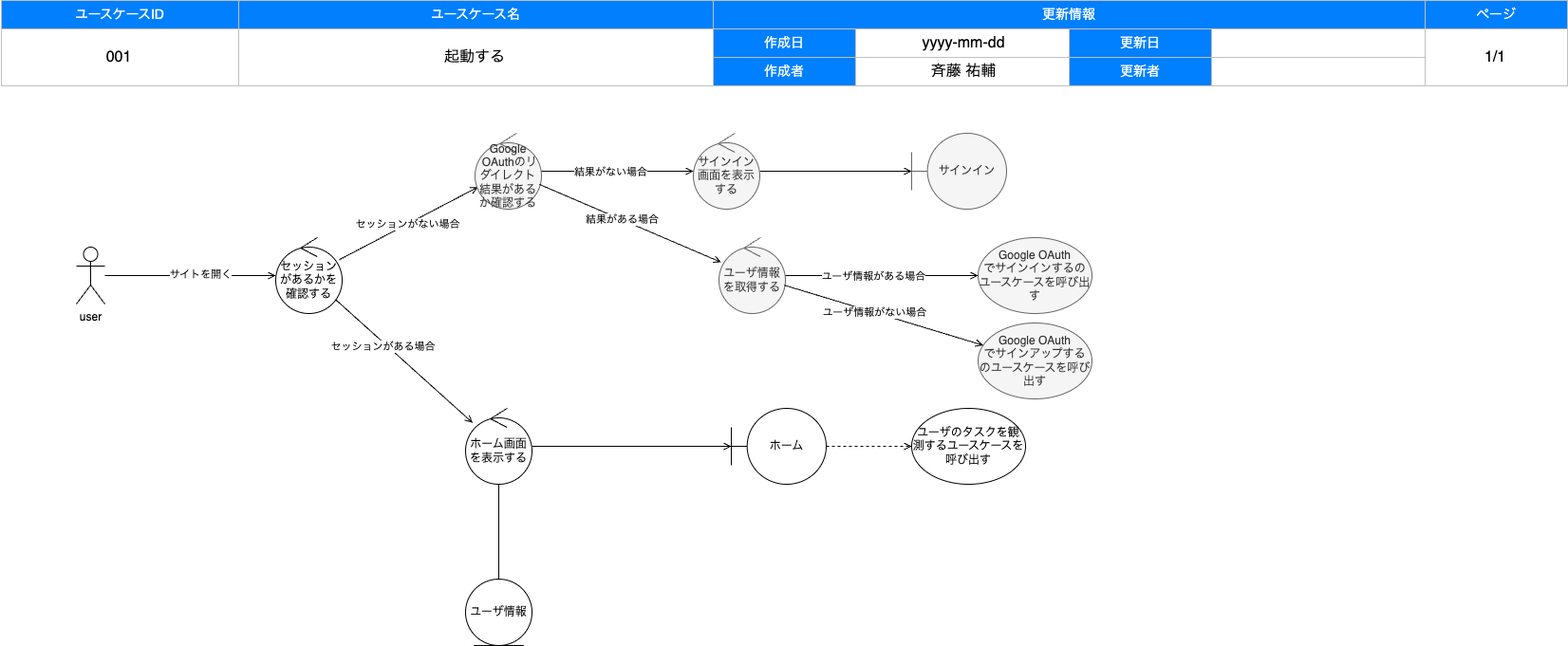
Above: documents/nobody/001_boot.drawio.png in uskithub/CABoilerplate (draw.io), before the change. Source tidied: cells renumbered, new cells last; positions are measured from the earlier drawing's top-left corner, leaving out a move shared by most shapes.
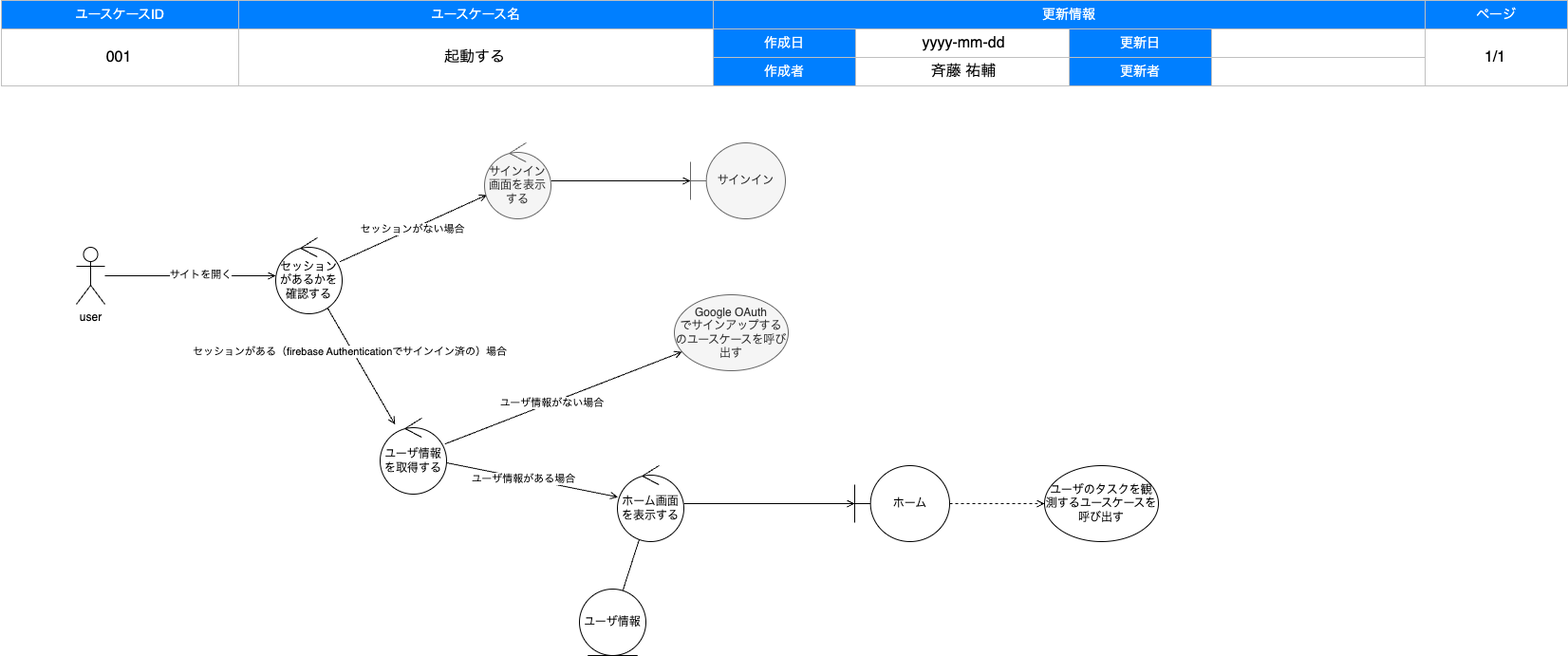
The same file after the commit.

The edit, as a diff of the source:
```diff
@@ -67,15 +67,15 @@
       <mxGeometry y="30" width="250" height="60" as="geometry" />
     </mxCell>
     <mxCell id="24" value="ロバストネス図" parent="0" />
-    <mxCell id="25" style="edgeStyle=none;html=1;endArrow=open;endFill=0;" parent="24" edge="1" source="29" target="35">
+    <mxCell id="25" style="edgeStyle=none;html=1;endArrow=open;endFill=0;" parent="24" edge="1" source="29" target="49">
       <mxGeometry relative="1" as="geometry" />
     </mxCell>
-    <mxCell id="26" value="セッションがある場合" style="edgeLabel;html=1;align=center;verticalAlign=middle;" parent="25" vertex="1">
+    <mxCell id="26" value="セッションがある（firebase Authenticationでサインイン済の）場合" style="edgeLabel;html=1;align=center;verticalAlign=middle;" parent="25" vertex="1">
       <mxGeometry x="-0.29" y="-4" relative="1" as="geometry">
         <mxPoint x="1" as="offset" />
       </mxGeometry>
     </mxCell>
-    <mxCell id="27" style="edgeStyle=none;html=1;endArrow=open;endFill=0;" parent="24" edge="1" source="29" target="37">
+    <mxCell id="27" style="edgeStyle=none;html=1;endArrow=open;endFill=0;" parent="24" edge="1" source="29" target="43">
       <mxGeometry relative="1" as="geometry" />
     </mxCell>
     <mxCell id="28" value="セッションがない場合" style="edgeLabel;html=1;align=center;verticalAlign=middle;" parent="27" vertex="1">
@@ -102,59 +102,41 @@
       <mxGeometry relative="1" as="geometry" />
     </mxCell>
     <mxCell id="35" value="ホーム画面を表示する" style="ellipse;shape=umlControl;whiteSpace=wrap;html=1;" parent="24" vertex="1">
-      <mxGeometry x="490" y="430" width="70" height="80" as="geometry" />
+      <mxGeometry x="650" y="490" width="70" height="80" as="geometry" />
     </mxCell>
     <mxCell id="36" style="edgeStyle=none;html=1;endArrow=open;endFill=0;startArrow=none;" parent="24" edge="1" source="43" target="39">
       <mxGeometry relative="1" as="geometry" />
     </mxCell>
-    <mxCell id="37" value="Google&lt;br&gt;&amp;nbsp;OAuthのリダイレクト結果があるか確認する" style="ellipse;shape=umlControl;whiteSpace=wrap;html=1;fillColor=#f5f5f5;strokeColor=#666666;fontColor=#333333;" parent="24" vertex="1">
-      <mxGeometry x="500" y="140" width="70" height="80" as="geometry" />
-    </mxCell>
     <mxCell id="38" value="ホーム" style="shape=umlBoundary;whiteSpace=wrap;html=1;" parent="24" vertex="1">
-      <mxGeometry x="770" y="430" width="100" height="80" as="geometry" />
+      <mxGeometry x="900" y="490" width="100" height="80" as="geometry" />
     </mxCell>
     <mxCell id="39" value="サインイン" style="shape=umlBoundary;whiteSpace=wrap;html=1;fillColor=#f5f5f5;fontColor=#333333;strokeColor=#666666;" parent="24" vertex="1">
-      <mxGeometry x="960" y="140" width="100" height="80" as="geometry" />
+      <mxGeometry x="727" y="150" width="100" height="80" as="geometry" />
     </mxCell>
     <mxCell id="40" style="edgeStyle=none;html=1;endArrow=open;endFill=0;dashed=1;" parent="24" edge="1" source="38" target="41">
       <mxGeometry relative="1" as="geometry" />
     </mxCell>
     <mxCell id="41" value="ユーザのタスクを観測するユースケースを呼び出す" style="ellipse;whiteSpace=wrap;html=1;" parent="24" vertex="1">
-      <mxGeometry x="960" y="430" width="120" height="80" as="geometry" />
+      <mxGeometry x="1100" y="490" width="120" height="80" as="geometry" />
     </mxCell>
     <mxCell id="42" value="ユーザ情報" style="ellipse;shape=umlEntity;whiteSpace=wrap;html=1;" parent="24" vertex="1">
-      <mxGeometry x="490" y="610" width="70" height="70" as="geometry" />
+      <mxGeometry x="610" y="620" width="70" height="70" as="geometry" />
     </mxCell>
     <mxCell id="43" value="サインイン画面を表示する" style="ellipse;shape=umlControl;whiteSpace=wrap;html=1;fillColor=#f5f5f5;strokeColor=#666666;fontColor=#333333;" parent="24" vertex="1">
-      <mxGeometry x="730" y="140" width="70" height="80" as="geometry" />
+      <mxGeometry x="510" y="150" width="70" height="80" as="geometry" />
     </mxCell>
-    <mxCell id="44" style="edgeStyle=none;html=1;endArrow=open;endFill=0;startArrow=none;" parent="24" edge="1" source="37" target="43">
-      <mxGeometry relative="1" as="geometry" />
-    </mxCell>
-    <mxCell id="45" value="結果がない場合" style="edgeLabel;html=1;align=center;verticalAlign=middle;" parent="44" vertex="1">
-      <mxGeometry x="-0.1" relative="1" as="geometry" />
-    </mxCell>
-    <mxCell id="46" style="edgeStyle=none;html=1;endArrow=open;endFill=0;startArrow=none;" parent="24" edge="1" source="37" target="49">
-      <mxGeometry relative="1" as="geometry" />
-    </mxCell>
-    <mxCell id="47" value="結果がある場合" style="edgeLabel;html=1;align=center;verticalAlign=middle;" parent="46" vertex="1">
-      <mxGeometry x="-0.1" relative="1" as="geometry" />
-    </mxCell>
-    <mxCell id="48" value="Google OAuth&lt;br&gt;でサインインするのユースケースを呼び出す" style="ellipse;whiteSpace=wrap;html=1;fillColor=#f5f5f5;fontColor=#333333;strokeColor=#666666;" parent="24" vertex="1">
-      <mxGeometry x="1030" y="250" width="120" height="80" as="geometry" />
-    </mxCell>
+    <mxCell id="52" value="Google OAuth&lt;br&gt;でサインアップするのユースケースを呼び出す" style="ellipse;whiteSpace=wrap;html=1;fillColor=#f5f5f5;fontColor=#333333;strokeColor=#666666;" parent="24" vertex="1">
+      <mxGeometry x="710" y="310" width="120" height="80" as="geometry" />
+    </mxCell>
-    <mxCell id="49" value="ユーザ情報を取得する" style="ellipse;shape=umlControl;whiteSpace=wrap;html=1;fillColor=#f5f5f5;strokeColor=#666666;fontColor=#333333;" parent="24" vertex="1">
-      <mxGeometry x="757" y="250" width="70" height="80" as="geometry" />
+    <mxCell id="49" value="ユーザ情報を取得する" style="ellipse;shape=umlControl;whiteSpace=wrap;html=1;" parent="24" vertex="1">
+      <mxGeometry x="400" y="440" width="70" height="80" as="geometry" />
     </mxCell>
-    <mxCell id="50" style="edgeStyle=none;html=1;endArrow=open;endFill=0;startArrow=none;" parent="24" edge="1" source="49" target="48">
-      <mxGeometry relative="1" as="geometry" />
-    </mxCell>
+    <mxCell id="55" style="edgeStyle=none;html=1;endArrow=open;endFill=0;startArrow=none;" parent="24" edge="1" source="49" target="35">
+      <mxGeometry relative="1" as="geometry" />
+    </mxCell>
-    <mxCell id="51" value="ユーザ情報がある場合" style="edgeLabel;html=1;align=center;verticalAlign=middle;" parent="50" vertex="1">
+    <mxCell id="51" value="ユーザ情報がある場合" style="edgeLabel;html=1;align=center;verticalAlign=middle;" parent="55" vertex="1">
       <mxGeometry x="-0.1" relative="1" as="geometry" />
     </mxCell>
-    <mxCell id="52" value="Google OAuth&lt;br&gt;でサインアップするのユースケースを呼び出す" style="ellipse;whiteSpace=wrap;html=1;fillColor=#f5f5f5;fontColor=#333333;strokeColor=#666666;" parent="24" vertex="1">
-      <mxGeometry x="1030" y="340" width="120" height="80" as="geometry" />
-    </mxCell>
     <mxCell id="53" style="edgeStyle=none;html=1;endArrow=open;endFill=0;startArrow=none;" parent="24" edge="1" source="49" target="52">
       <mxGeometry relative="1" as="geometry" />
     </mxCell>
```
